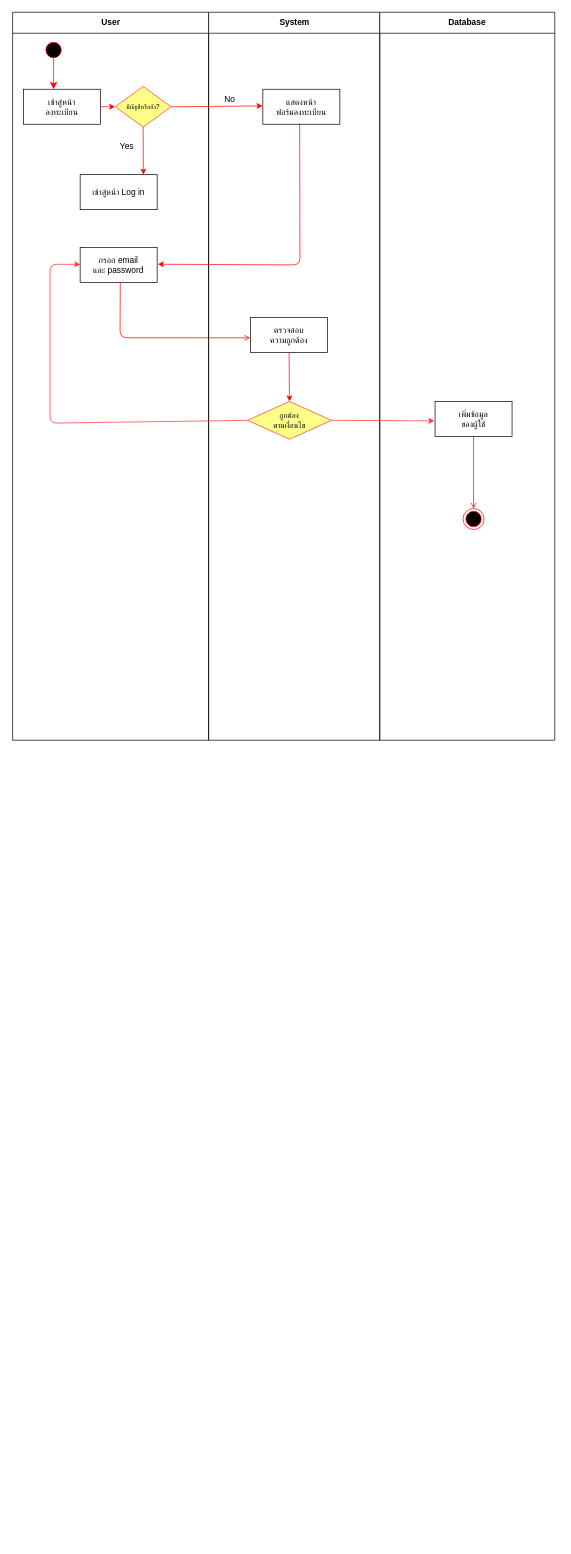
Before: แบบแผนที่ยังไม่ได้ตั้งชื่อ.drawio in apisarathep/Dawn, a draw.io diagram. Source tidied: cells renumbered, new cells numbered last; positions are measured from the earlier drawing's top-left corner, leaving out a move shared by most shapes. Both pictures are drawn from the tidied source at 70%, with x=0, y=0 at pixel (12, 12).
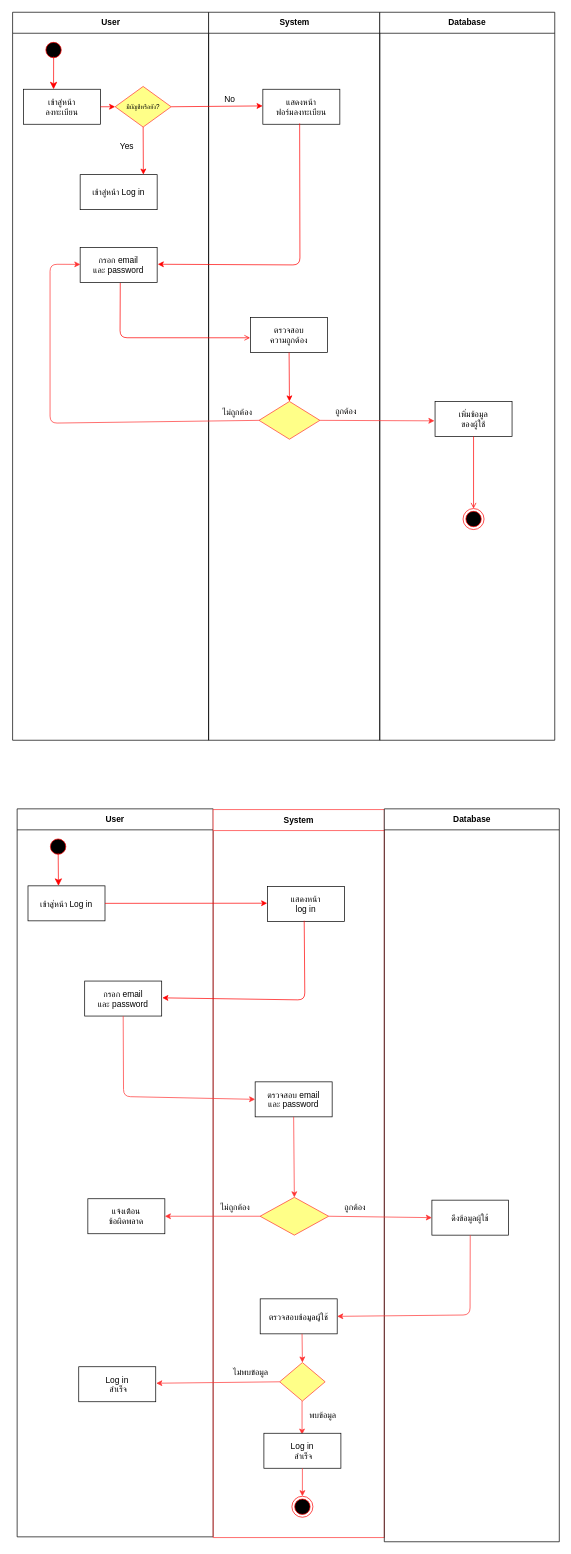
After the change.

Unchanged cells that the change refers to:
```xml
<mxCell id="2" value="User" style="swimlane;whiteSpace=wrap;startSize=30;" parent="1" vertex="1">
  <mxGeometry x="0.5" width="280" height="1040" as="geometry" />
</mxCell>
<mxCell id="12" value="System" style="swimlane;whiteSpace=wrap;startSize=30;" parent="1" vertex="1">
  <mxGeometry x="280.5" width="244.5" height="1040" as="geometry" />
</mxCell>
```

The edit, as a diff of the source:
```diff
@@
+    <mxCell id="27" value="ไม่ถูกต้อง" style="text;html=1;strokeColor=none;fillColor=none;align=center;verticalAlign=middle;whiteSpace=wrap;rounded=0;" parent="2" vertex="1">
+      <mxGeometry x="291.5" y="557" width="60" height="30" as="geometry" />
+    </mxCell>
@@
-    <mxCell id="16" value="&lt;font style=&quot;font-size: 11px;&quot;&gt;ถูกต้อง&lt;br&gt;ตามเงื่อนไข&lt;/font&gt;" style="rhombus;whiteSpace=wrap;html=1;fillColor=#ffff88;strokeColor=#FF3333;" parent="12" vertex="1">
-      <mxGeometry x="55.5" y="556" width="120" height="54" as="geometry" />
+    <mxCell id="16" style="rhombus;whiteSpace=wrap;html=1;fillColor=#ffff88;strokeColor=#FF3333;" parent="12" vertex="1">
+      <mxGeometry x="72" y="556" width="87" height="54" as="geometry" />
     </mxCell>
@@
+    <mxCell id="28" value="ถูกต้อง" style="text;html=1;strokeColor=none;fillColor=none;align=center;verticalAlign=middle;whiteSpace=wrap;rounded=0;" parent="12" vertex="1">
+      <mxGeometry x="166.5" y="556" width="60" height="30" as="geometry" />
+    </mxCell>
@@
+    <mxCell id="29" value="User" style="swimlane;whiteSpace=wrap;startSize=30;" parent="1" vertex="1">
+      <mxGeometry x="7" y="1138" width="280" height="1040" as="geometry" />
+    </mxCell>
+    <mxCell id="30" style="ellipse;shape=startState;fillColor=#000000;strokeColor=#ff0000;" parent="29" vertex="1">
+      <mxGeometry x="43.5" y="39" width="30" height="30" as="geometry" />
+    </mxCell>
+    <mxCell id="31" style="edgeStyle=elbowEdgeStyle;elbow=horizontal;verticalAlign=bottom;endArrow=classic;endSize=8;strokeColor=#FF0000;endFill=1;rounded=0;exitX=0.504;exitY=0.81;exitDx=0;exitDy=0;exitPerimeter=0;" parent="29" edge="1" source="30" target="32">
+      <mxGeometry x="100" y="40" as="geometry" />
+    </mxCell>
+    <mxCell id="32" value="เข้าสู่หน้า Log in" parent="29" vertex="1">
+      <mxGeometry x="15.5" y="110" width="110" height="50" as="geometry" />
+    </mxCell>
+    <mxCell id="33" value="กรอก email&#10;และ password" parent="29" vertex="1">
+      <mxGeometry x="96.5" y="246" width="110" height="50" as="geometry" />
+    </mxCell>
+    <mxCell id="34" value="แจ้งเตือน&#10;ข้อผิดพลาด" parent="29" vertex="1">
+      <mxGeometry x="101" y="557" width="110" height="50" as="geometry" />
+    </mxCell>
+    <mxCell id="35" value="Log in&#10; สำเร็จ" parent="29" vertex="1">
+      <mxGeometry x="88" y="797" width="110" height="50" as="geometry" />
+    </mxCell>
+    <mxCell id="36" value="System" style="swimlane;whiteSpace=wrap;startSize=30;strokeColor=#FF3333;" parent="1" vertex="1">
+      <mxGeometry x="287" y="1139" width="244.5" height="1040" as="geometry" />
+    </mxCell>
+    <mxCell id="37" value="แสดงหน้า&#10;log in" parent="36" vertex="1">
+      <mxGeometry x="77.5" y="110" width="110" height="50" as="geometry" />
+    </mxCell>
+    <mxCell id="38" style="rhombus;whiteSpace=wrap;html=1;fillColor=#ffff88;strokeColor=#FF3333;" parent="36" vertex="1">
+      <mxGeometry x="67" y="554" width="98" height="54" as="geometry" />
+    </mxCell>
+    <mxCell id="39" value="ถูกต้อง" style="text;html=1;strokeColor=none;fillColor=none;align=center;verticalAlign=middle;whiteSpace=wrap;rounded=0;" parent="36" vertex="1">
+      <mxGeometry x="173" y="553" width="60" height="30" as="geometry" />
+    </mxCell>
+    <mxCell id="40" value="ไม่ถูกต้อง" style="text;html=1;strokeColor=none;fillColor=none;align=center;verticalAlign=middle;whiteSpace=wrap;rounded=0;" parent="36" vertex="1">
+      <mxGeometry x="2" y="553" width="60" height="30" as="geometry" />
+    </mxCell>
+    <mxCell id="41" value="ตรวจสอบ email&#10;และ password" parent="36" vertex="1">
+      <mxGeometry x="60" y="389" width="110" height="50" as="geometry" />
+    </mxCell>
+    <mxCell id="42" style="endArrow=classic;html=1;rounded=0;exitX=0.5;exitY=1;exitDx=0;exitDy=0;entryX=0.5;entryY=0;entryDx=0;entryDy=0;strokeColor=#FF3333;" parent="36" edge="1" source="41" target="38">
+      <mxGeometry relative="1" as="geometry" />
+    </mxCell>
+    <mxCell id="43" value="ตรวจสอบข้อมูลผู้ใช้" parent="36" vertex="1">
+      <mxGeometry x="67.2" y="699" width="110" height="50" as="geometry" />
+    </mxCell>
+    <mxCell id="44" style="rhombus;whiteSpace=wrap;html=1;fillColor=#ffff88;strokeColor=#FF3333;" parent="36" vertex="1">
+      <mxGeometry x="95" y="790" width="65" height="55" as="geometry" />
+    </mxCell>
+    <mxCell id="45" style="endArrow=classic;html=1;rounded=0;exitX=0.5;exitY=1;exitDx=0;exitDy=0;entryX=0.5;entryY=0;entryDx=0;entryDy=0;strokeColor=#FF3333;" parent="36" edge="1" target="44">
+      <mxGeometry relative="1" as="geometry">
+        <mxPoint x="127" y="749" as="sourcePoint" />
+      </mxGeometry>
+    </mxCell>
+    <mxCell id="46" value="พบข้อมูล" style="text;html=1;strokeColor=none;fillColor=none;align=center;verticalAlign=middle;whiteSpace=wrap;rounded=0;" parent="36" vertex="1">
+      <mxGeometry x="131" y="853" width="52" height="26" as="geometry" />
+    </mxCell>
+    <mxCell id="47" style="endArrow=classic;html=1;rounded=0;exitX=0.5;exitY=1;exitDx=0;exitDy=0;strokeColor=#FF3333;" parent="36" edge="1">
+      <mxGeometry relative="1" as="geometry">
+        <mxPoint x="127" y="845" as="sourcePoint" />
+        <mxPoint x="127" y="893" as="targetPoint" />
+      </mxGeometry>
+    </mxCell>
+    <mxCell id="48" value="Log in&#10; สำเร็จ" parent="36" vertex="1">
+      <mxGeometry x="72.5" y="891" width="110" height="50" as="geometry" />
+    </mxCell>
+    <mxCell id="49" style="ellipse;shape=endState;fillColor=#000000;strokeColor=#ff0000;" parent="36" vertex="1">
+      <mxGeometry x="112.5" y="981" width="30" height="30" as="geometry" />
+    </mxCell>
+    <mxCell id="50" style="endArrow=classic;html=1;rounded=0;exitX=0.5;exitY=1;exitDx=0;exitDy=0;entryX=0.5;entryY=0;entryDx=0;entryDy=0;strokeColor=#FF3333;" parent="36" edge="1" source="48" target="49">
+      <mxGeometry relative="1" as="geometry" />
+    </mxCell>
+    <mxCell id="51" value="ไม่พบข้อมูล" style="text;html=1;strokeColor=none;fillColor=none;align=center;verticalAlign=middle;whiteSpace=wrap;rounded=0;" parent="36" vertex="1">
+      <mxGeometry x="7.2" y="790" width="93.8" height="30" as="geometry" />
+    </mxCell>
+    <mxCell id="52" value="Database" style="swimlane;whiteSpace=wrap;startSize=30;" parent="1" vertex="1">
+      <mxGeometry x="531.5" y="1138" width="250" height="1047" as="geometry" />
+    </mxCell>
+    <mxCell id="53" value="ดึงข้อมูลผู้ใช้" parent="52" vertex="1">
+      <mxGeometry x="68" y="559" width="109.5" height="50" as="geometry" />
+    </mxCell>
+    <mxCell id="54" style="endArrow=classic;strokeColor=#FF0000;endFill=1;rounded=0;exitX=1;exitY=0.5;exitDx=0;exitDy=0;entryX=-0.003;entryY=0.476;entryDx=0;entryDy=0;entryPerimeter=0;" parent="1" edge="1" source="32" target="37">
+      <mxGeometry relative="1" as="geometry" />
+    </mxCell>
+    <mxCell id="55" style="endArrow=classic;strokeColor=#FF0000;endFill=1;entryX=1.008;entryY=0.48;entryDx=0;entryDy=0;rounded=1;exitX=0.478;exitY=0.977;exitDx=0;exitDy=0;exitPerimeter=0;entryPerimeter=0;" parent="1" edge="1" source="37" target="33">
+      <mxGeometry relative="1" as="geometry">
+        <Array as="points">
+          <mxPoint x="418" y="1411" />
+        </Array>
+      </mxGeometry>
+    </mxCell>
+    <mxCell id="56" style="endArrow=classic;html=1;rounded=1;exitX=0.5;exitY=1;exitDx=0;exitDy=0;entryX=0;entryY=0.5;entryDx=0;entryDy=0;strokeColor=#FF3333;" parent="1" edge="1" source="33" target="41">
+      <mxGeometry relative="1" as="geometry">
+        <Array as="points">
+          <mxPoint x="159" y="1549" />
+        </Array>
+      </mxGeometry>
+    </mxCell>
+    <mxCell id="57" style="endArrow=classic;html=1;rounded=0;entryX=0;entryY=0.5;entryDx=0;entryDy=0;strokeColor=#FF3333;exitX=1;exitY=0.5;exitDx=0;exitDy=0;" parent="1" edge="1" source="38" target="53">
+      <mxGeometry relative="1" as="geometry" />
+    </mxCell>
+    <mxCell id="58" style="endArrow=classic;html=1;rounded=0;entryX=1;entryY=0.5;entryDx=0;entryDy=0;exitX=0;exitY=0.5;exitDx=0;exitDy=0;strokeColor=#FF3333;" parent="1" edge="1" source="38" target="34">
+      <mxGeometry relative="1" as="geometry" />
+    </mxCell>
+    <mxCell id="59" style="endArrow=classic;html=1;rounded=1;exitX=0.5;exitY=1;exitDx=0;exitDy=0;strokeColor=#FF3333;entryX=1;entryY=0.5;entryDx=0;entryDy=0;" parent="1" edge="1" source="53" target="43">
+      <mxGeometry relative="1" as="geometry">
+        <Array as="points">
+          <mxPoint x="654" y="1861" />
+        </Array>
+      </mxGeometry>
+    </mxCell>
+    <mxCell id="60" style="endArrow=classic;html=1;rounded=0;exitX=0;exitY=0.5;exitDx=0;exitDy=0;entryX=1.006;entryY=0.471;entryDx=0;entryDy=0;strokeColor=#FF3333;entryPerimeter=0;" parent="1" edge="1" source="44" target="35">
+      <mxGeometry relative="1" as="geometry" />
+    </mxCell>
```
